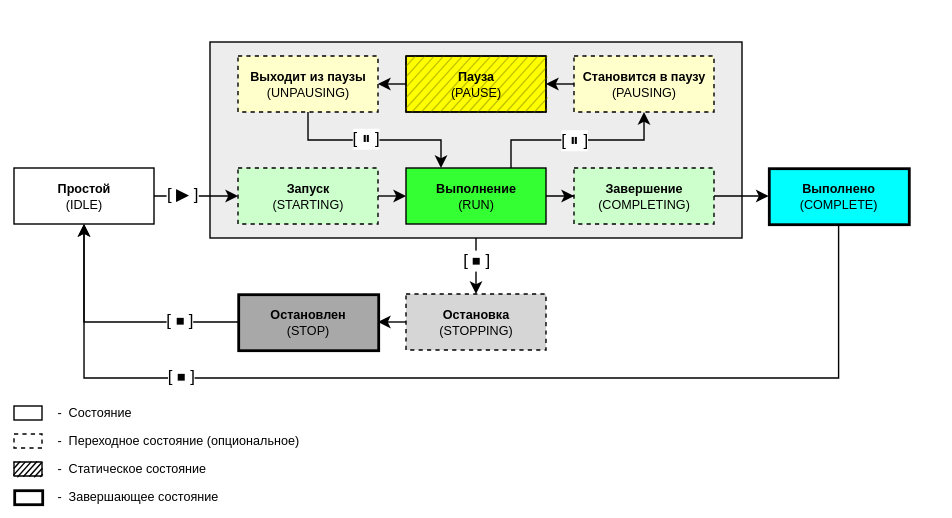
savushkin-r-d/EasyEPLANner keeps this draw.io diagram as docs/user_manual/images/states_transition.svg. Above is the earlier version. Source tidied: cells renumbered, new cells last; positions are measured from the earlier drawing's top-left corner, leaving out a move shared by most shapes.
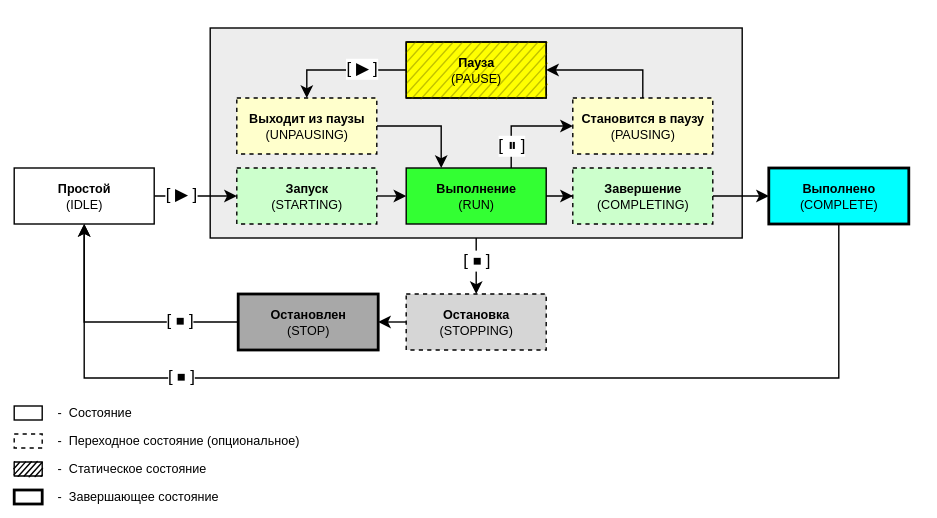
The same file after the commit.

The edit, as a diff of the source:
```diff
@@ -3,7 +3,7 @@
     <mxCell id="0" />
     <mxCell id="1" parent="0" />
     <mxCell id="2" style="rounded=0;whiteSpace=wrap;html=1;strokeColor=none;" parent="1" vertex="1">
-      <mxGeometry width="680" height="370" as="geometry" />
+      <mxGeometry width="669" height="370" as="geometry" />
     </mxCell>
     <mxCell id="3" style="edgeStyle=orthogonalEdgeStyle;rounded=0;jettySize=auto;html=1;exitX=0.5;exitY=1;exitDx=0;exitDy=0;entryX=0.5;entryY=0;entryDx=0;entryDy=0;" parent="1" edge="1" source="5" target="31">
       <mxGeometry relative="1" as="geometry" />
@@ -14,7 +14,7 @@
       </mxGeometry>
     </mxCell>
     <mxCell id="5" style="rounded=0;whiteSpace=wrap;html=1;strokeColor=default;fillColor=light-dark(#ededed, #ededed);" parent="1" vertex="1">
-      <mxGeometry x="150" y="30" width="380" height="140" as="geometry" />
+      <mxGeometry x="150" y="20" width="380" height="150" as="geometry" />
     </mxCell>
     <mxCell id="6" style="edgeStyle=orthogonalEdgeStyle;rounded=0;jettySize=auto;html=1;exitX=1;exitY=0.5;exitDx=0;exitDy=0;entryX=0;entryY=0.5;entryDx=0;entryDy=0;" parent="1" edge="1" source="8" target="10">
       <mxGeometry relative="1" as="geometry" />
@@ -31,17 +31,17 @@
       <mxGeometry relative="1" as="geometry" />
     </mxCell>
     <mxCell id="10" value="&lt;b&gt;Запуск&lt;/b&gt;&lt;div&gt;(STARTING)&lt;/div&gt;" style="rounded=0;whiteSpace=wrap;html=1;fontSize=9;dashed=1;fillColor=light-dark(#ccffcc, #ededed);" parent="1" vertex="1">
-      <mxGeometry x="170" y="120" width="100" height="40" as="geometry" />
+      <mxGeometry x="169" y="120" width="100" height="40" as="geometry" />
     </mxCell>
     <mxCell id="11" style="edgeStyle=orthogonalEdgeStyle;rounded=0;jettySize=auto;html=1;exitX=1;exitY=0.5;exitDx=0;exitDy=0;" parent="1" edge="1" source="14" target="16">
       <mxGeometry relative="1" as="geometry" />
     </mxCell>
-    <mxCell id="12" style="edgeStyle=orthogonalEdgeStyle;rounded=0;jettySize=auto;html=1;exitX=0.75;exitY=0;exitDx=0;exitDy=0;entryX=0.5;entryY=1;entryDx=0;entryDy=0;" parent="1" edge="1" source="14" target="26">
+    <mxCell id="12" style="edgeStyle=orthogonalEdgeStyle;rounded=0;jettySize=auto;html=1;exitX=0.75;exitY=0;exitDx=0;exitDy=0;entryX=0;entryY=0.5;entryDx=0;entryDy=0;" parent="1" edge="1" source="14" target="26">
       <mxGeometry relative="1" as="geometry" />
     </mxCell>
     <mxCell id="13" value="[&amp;nbsp;⏸ ]" style="edgeLabel;html=1;align=center;verticalAlign=middle;fontSize=12;" parent="12" vertex="1">
       <mxGeometry x="-0.12" y="-1" relative="1" as="geometry">
-        <mxPoint x="6" y="-1" as="offset" />
+        <mxPoint x="-3" y="13" as="offset" />
       </mxGeometry>
     </mxCell>
     <mxCell id="14" value="&lt;b&gt;Выполнение&lt;/b&gt;&lt;br&gt;&lt;div&gt;(RUN)&lt;/div&gt;" style="rounded=0;whiteSpace=wrap;html=1;fontSize=9;fillColor=light-dark(#33ff33, #ededed);" parent="1" vertex="1">
@@ -51,7 +51,7 @@
       <mxGeometry relative="1" as="geometry" />
     </mxCell>
     <mxCell id="16" value="&lt;b&gt;Завершение&lt;/b&gt;&lt;br&gt;&lt;div&gt;(COMPLETING)&lt;/div&gt;" style="rounded=0;whiteSpace=wrap;html=1;fontSize=9;dashed=1;fillColor=light-dark(#ccffcc, #ededed);" parent="1" vertex="1">
-      <mxGeometry x="410" y="120" width="100" height="40" as="geometry" />
+      <mxGeometry x="409" y="120" width="100" height="40" as="geometry" />
     </mxCell>
     <mxCell id="17" style="edgeStyle=orthogonalEdgeStyle;rounded=0;jettySize=auto;html=1;exitX=0.5;exitY=1;exitDx=0;exitDy=0;entryX=0.5;entryY=1;entryDx=0;entryDy=0;" parent="1" edge="1" source="19" target="8">
       <mxGeometry relative="1" as="geometry">
@@ -69,26 +69,32 @@
     <mxCell id="19" value="&lt;b&gt;Выполнено&lt;/b&gt;&lt;br&gt;&lt;div&gt;(COMPLETE)&lt;/div&gt;" style="rounded=0;whiteSpace=wrap;html=1;fontSize=9;strokeWidth=2;gradientColor=none;fillColor=light-dark(#00FFFF,#EDEDED);fillStyle=auto;" parent="1" vertex="1">
       <mxGeometry x="549" y="120" width="100" height="40" as="geometry" />
     </mxCell>
-    <mxCell id="20" style="edgeStyle=orthogonalEdgeStyle;rounded=0;jettySize=auto;html=1;exitX=0.5;exitY=1;exitDx=0;exitDy=0;entryX=0.25;entryY=0;entryDx=0;entryDy=0;" parent="1" edge="1" source="22" target="14">
+    <mxCell id="20" style="edgeStyle=orthogonalEdgeStyle;rounded=0;jettySize=auto;html=1;exitX=1;exitY=0.5;exitDx=0;exitDy=0;entryX=0.25;entryY=0;entryDx=0;entryDy=0;" parent="1" edge="1" source="22" target="14">
       <mxGeometry relative="1" as="geometry" />
     </mxCell>
-    <mxCell id="21" value="[ ⏸ ]" style="edgeLabel;html=1;align=center;verticalAlign=middle;fontSize=12;" parent="20" vertex="1">
-      <mxGeometry x="-0.1" y="1" relative="1" as="geometry" />
-    </mxCell>
     <mxCell id="22" value="&lt;b&gt;Выходит из паузы&lt;/b&gt;&lt;br&gt;&lt;div&gt;(UNPAUSING)&lt;/div&gt;" style="rounded=0;whiteSpace=wrap;html=1;fontSize=9;dashed=1;fillColor=light-dark(#ffffcc, #ededed);" parent="1" vertex="1">
-      <mxGeometry x="170" y="40" width="100" height="40" as="geometry" />
+      <mxGeometry x="169" y="70" width="100" height="40" as="geometry" />
     </mxCell>
-    <mxCell id="23" style="edgeStyle=orthogonalEdgeStyle;rounded=0;jettySize=auto;html=1;exitX=0;exitY=0.5;exitDx=0;exitDy=0;entryX=1;entryY=0.5;entryDx=0;entryDy=0;" parent="1" edge="1" source="24" target="22">
-      <mxGeometry relative="1" as="geometry" />
+    <mxCell id="23" style="edgeStyle=orthogonalEdgeStyle;rounded=0;jettySize=auto;html=1;exitX=0;exitY=0.5;exitDx=0;exitDy=0;entryX=0.5;entryY=0;entryDx=0;entryDy=0;" parent="1" edge="1" source="24" target="22">
+      <mxGeometry relative="1" as="geometry">
+        <Array as="points">
+          <mxPoint x="219" y="50" />
+        </Array>
+      </mxGeometry>
     </mxCell>
+    <mxCell id="41" value="&lt;span style=&quot;font-size: 12px;&quot;&gt;[&amp;nbsp;▶ ]&lt;/span&gt;" style="edgeLabel;html=1;align=center;verticalAlign=middle;" parent="23" vertex="1">
+      <mxGeometry x="-0.23" y="-1" relative="1" as="geometry">
+        <mxPoint x="2" as="offset" />
+      </mxGeometry>
+    </mxCell>
     <mxCell id="24" style="rounded=0;whiteSpace=wrap;html=1;fontSize=9;fillColor=light-dark(#ffff00, #ededed);glass=0;shadow=0;hachureGap=6;hachureAngle=-42;sketchStyle=rough;zigzagOffset=-1;fillWeight=1;simplification=0;fillStyle=auto;disableMultiStroke=0;" parent="1" vertex="1">
-      <mxGeometry x="290" y="40" width="100" height="40" as="geometry" />
+      <mxGeometry x="290" y="30" width="100" height="40" as="geometry" />
     </mxCell>
-    <mxCell id="25" style="edgeStyle=orthogonalEdgeStyle;rounded=0;jettySize=auto;html=1;exitX=0;exitY=0.5;exitDx=0;exitDy=0;entryX=1;entryY=0.5;entryDx=0;entryDy=0;" parent="1" edge="1" source="26" target="24">
+    <mxCell id="25" style="edgeStyle=orthogonalEdgeStyle;rounded=0;jettySize=auto;html=1;exitX=0.5;exitY=0;exitDx=0;exitDy=0;entryX=1;entryY=0.5;entryDx=0;entryDy=0;" parent="1" edge="1" source="26" target="24">
       <mxGeometry relative="1" as="geometry" />
     </mxCell>
     <mxCell id="26" value="&lt;b&gt;Становится в паузу&lt;/b&gt;&lt;br&gt;&lt;div&gt;(PAUSING)&lt;/div&gt;" style="rounded=0;whiteSpace=wrap;html=1;fontSize=9;dashed=1;fillColor=light-dark(#ffffcc, #ededed);" parent="1" vertex="1">
-      <mxGeometry x="410" y="40" width="100" height="40" as="geometry" />
+      <mxGeometry x="409" y="70" width="100" height="40" as="geometry" />
     </mxCell>
     <mxCell id="27" style="edgeStyle=orthogonalEdgeStyle;rounded=0;jettySize=auto;html=1;exitX=0;exitY=0.5;exitDx=0;exitDy=0;entryX=0.5;entryY=1;entryDx=0;entryDy=0;" parent="1" edge="1" source="29" target="8">
       <mxGeometry relative="1" as="geometry" />
@@ -120,7 +126,7 @@
       <mxGeometry x="10" y="330" width="20" height="10" as="geometry" />
     </mxCell>
     <mxCell id="36" value="&lt;b&gt;Пауза&lt;/b&gt;&lt;br&gt;&lt;div&gt;(PAUSE)&lt;/div&gt;" style="rounded=0;whiteSpace=wrap;html=1;fontSize=9;fillColor=light-dark(#C3C300,#EDEDED);glass=0;shadow=0;sketch=1;curveFitting=2;jiggle=0;hachureGap=5;hachureAngle=-42;sketchStyle=rough;zigzagOffset=-1;fillWeight=1;simplification=0;fillStyle=hachure;disableMultiStroke=0;" parent="1" vertex="1">
-      <mxGeometry x="290" y="40" width="100" height="40" as="geometry" />
+      <mxGeometry x="290" y="30" width="100" height="40" as="geometry" />
     </mxCell>
     <mxCell id="37" value="-&amp;nbsp; Переходное состояние (опциональное)" style="text;html=1;whiteSpace=wrap;strokeColor=none;fillColor=none;align=left;verticalAlign=middle;rounded=0;fontSize=9;" parent="1" vertex="1">
       <mxGeometry x="39" y="310" width="190" height="10" as="geometry" />
```
